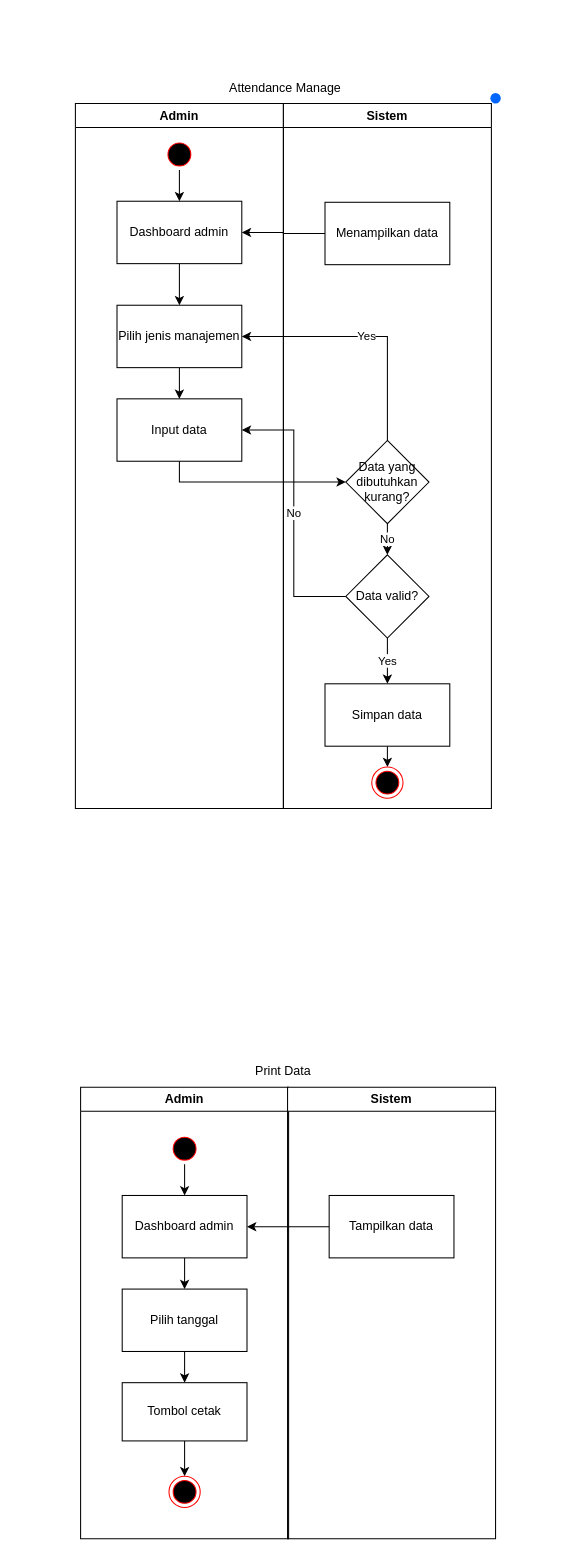
Before: page "Admin" (1 of 6) of planning/activityDiagram.drawio in dzikfr/aplikasi-absensi-baharkam-2024, a draw.io diagram. Source tidied: cells renumbered, new cells numbered last; positions are measured from the earlier drawing's top-left corner, leaving out a move shared by most shapes. Both pictures are drawn from the tidied source at 104%, with x=0, y=0 at pixel (75, 72).
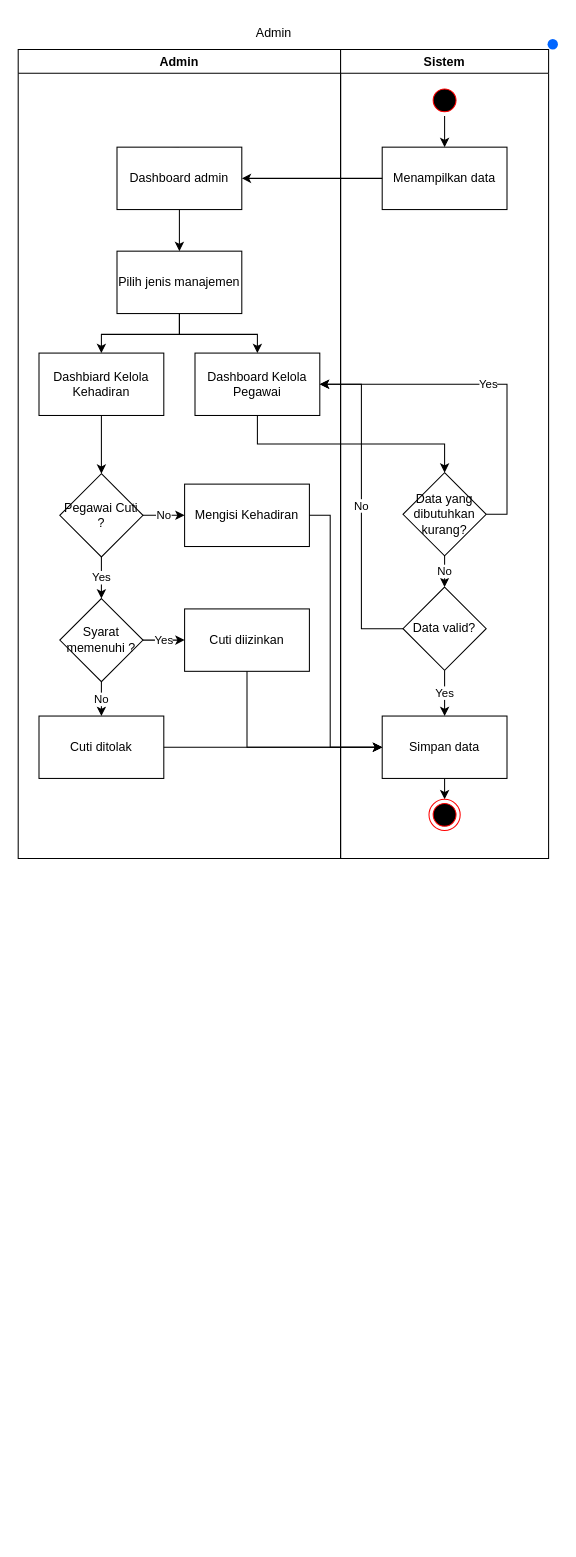
Above is the later version.

What changed in the source:
```diff
@@
     <mxCell id="2" style="shape=ellipse;fillColor=#0065FF;strokeColor=none;html=1;sketch=0;" parent="1" vertex="1">
-      <mxGeometry x="399" y="20" width="10" height="10" as="geometry" />
+      <mxGeometry x="454" y="-32" width="10" height="10" as="geometry" />
     </mxCell>
     <mxCell id="3" value="Admin" style="swimlane;whiteSpace=wrap;html=1;startSize=23;" parent="1" vertex="1">
-      <mxGeometry y="30" width="200" height="678" as="geometry" />
+      <mxGeometry x="-55" y="-22" width="310" height="778" as="geometry" />
     </mxCell>
@@
     <mxCell id="6" value="Dashboard admin" style="rounded=0;whiteSpace=wrap;html=1;" parent="3" vertex="1">
-      <mxGeometry x="40" y="94" width="120" height="60" as="geometry" />
+      <mxGeometry x="95" y="94" width="120" height="60" as="geometry" />
     </mxCell>
@@
+    <mxCell id="40" style="edgeStyle=orthogonalEdgeStyle;rounded=0;jettySize=auto;html=1;exitX=0.5;exitY=1;exitDx=0;exitDy=0;entryX=0.5;entryY=0;entryDx=0;entryDy=0;" parent="3" edge="1" source="8" target="42">
+      <mxGeometry relative="1" as="geometry" />
+    </mxCell>
     <mxCell id="8" value="Pilih jenis manajemen" style="rounded=0;whiteSpace=wrap;html=1;" parent="3" vertex="1">
-      <mxGeometry x="40" y="194" width="120" height="60" as="geometry" />
+      <mxGeometry x="95" y="194" width="120" height="60" as="geometry" />
     </mxCell>
+    <mxCell id="41" style="edgeStyle=orthogonalEdgeStyle;rounded=0;jettySize=auto;html=1;exitX=0.5;exitY=1;exitDx=0;exitDy=0;entryX=0.5;entryY=0;entryDx=0;entryDy=0;" parent="3" edge="1" source="9" target="45">
+      <mxGeometry relative="1" as="geometry" />
+    </mxCell>
-    <mxCell id="9" value="Input data" style="rounded=0;whiteSpace=wrap;html=1;" parent="3" vertex="1">
-      <mxGeometry x="40" y="284" width="120" height="60" as="geometry" />
+    <mxCell id="9" value="Dashbiard Kelola Kehadiran" style="rounded=0;whiteSpace=wrap;html=1;" parent="3" vertex="1">
+      <mxGeometry x="20" y="292" width="120" height="60" as="geometry" />
     </mxCell>
-    <mxCell id="10" style="edgeStyle=orthogonalEdgeStyle;rounded=0;jettySize=auto;html=1;exitX=0.5;exitY=1;exitDx=0;exitDy=0;entryX=0.5;entryY=0;entryDx=0;entryDy=0;" parent="3" edge="1" source="11" target="6">
-      <mxGeometry relative="1" as="geometry" />
-    </mxCell>
+    <mxCell id="42" value="Dashboard Kelola Pegawai" style="rounded=0;whiteSpace=wrap;html=1;" parent="3" vertex="1">
+      <mxGeometry x="170" y="292" width="120" height="60" as="geometry" />
+    </mxCell>
+    <mxCell id="43" value="Yes" style="edgeStyle=orthogonalEdgeStyle;rounded=0;jettySize=auto;html=1;exitX=0.5;exitY=1;exitDx=0;exitDy=0;entryX=0.5;entryY=0;entryDx=0;entryDy=0;" parent="3" edge="1" source="45" target="48">
+      <mxGeometry relative="1" as="geometry" />
+    </mxCell>
+    <mxCell id="44" value="No" style="edgeStyle=orthogonalEdgeStyle;rounded=0;jettySize=auto;html=1;exitX=1;exitY=0.5;exitDx=0;exitDy=0;entryX=0;entryY=0.5;entryDx=0;entryDy=0;" parent="3" edge="1" source="45" target="51">
+      <mxGeometry relative="1" as="geometry" />
+    </mxCell>
+    <mxCell id="45" value="Pegawai Cuti ?" style="rhombus;whiteSpace=wrap;html=1;" parent="3" vertex="1">
+      <mxGeometry x="40" y="408" width="80" height="80" as="geometry" />
+    </mxCell>
+    <mxCell id="46" value="No" style="edgeStyle=orthogonalEdgeStyle;rounded=0;jettySize=auto;html=1;exitX=0.5;exitY=1;exitDx=0;exitDy=0;entryX=0.5;entryY=0;entryDx=0;entryDy=0;" parent="3" edge="1" source="48" target="49">
+      <mxGeometry relative="1" as="geometry" />
+    </mxCell>
+    <mxCell id="47" value="Yes" style="edgeStyle=orthogonalEdgeStyle;rounded=0;jettySize=auto;html=1;exitX=1;exitY=0.5;exitDx=0;exitDy=0;entryX=0;entryY=0.5;entryDx=0;entryDy=0;" parent="3" edge="1" source="48" target="50">
+      <mxGeometry relative="1" as="geometry" />
+    </mxCell>
+    <mxCell id="48" value="Syarat memenuhi ?" style="rhombus;whiteSpace=wrap;html=1;" parent="3" vertex="1">
+      <mxGeometry x="40" y="528" width="80" height="80" as="geometry" />
+    </mxCell>
+    <mxCell id="49" value="Cuti ditolak" style="rounded=0;whiteSpace=wrap;html=1;" parent="3" vertex="1">
+      <mxGeometry x="20" y="641" width="120" height="60" as="geometry" />
+    </mxCell>
+    <mxCell id="50" value="Cuti diizinkan" style="rounded=0;whiteSpace=wrap;html=1;" parent="3" vertex="1">
+      <mxGeometry x="160" y="538" width="120" height="60" as="geometry" />
+    </mxCell>
+    <mxCell id="51" value="Mengisi Kehadiran" style="rounded=0;whiteSpace=wrap;html=1;" parent="3" vertex="1">
+      <mxGeometry x="160" y="418" width="120" height="60" as="geometry" />
+    </mxCell>
+    <mxCell id="12" value="Sistem" style="swimlane;whiteSpace=wrap;html=1;startSize=23;" parent="1" vertex="1">
+      <mxGeometry x="255" y="-22" width="200" height="778" as="geometry" />
+    </mxCell>
+    <mxCell id="20" value="Menampilkan data" style="rounded=0;whiteSpace=wrap;html=1;" parent="12" vertex="1">
+      <mxGeometry x="40" y="94" width="120" height="60" as="geometry" />
+    </mxCell>
+    <mxCell id="52" style="edgeStyle=orthogonalEdgeStyle;rounded=0;jettySize=auto;html=1;exitX=0.5;exitY=1;exitDx=0;exitDy=0;entryX=0.5;entryY=0;entryDx=0;entryDy=0;" parent="12" edge="1" source="11" target="20">
+      <mxGeometry relative="1" as="geometry" />
+    </mxCell>
-    <mxCell id="11" style="ellipse;html=1;shape=startState;fillColor=#000000;strokeColor=#ff0000;" parent="3" vertex="1">
+    <mxCell id="11" style="ellipse;html=1;shape=startState;fillColor=#000000;strokeColor=#ff0000;" parent="12" vertex="1">
       <mxGeometry x="85" y="34" width="30" height="30" as="geometry" />
     </mxCell>
-    <mxCell id="12" value="Sistem" style="swimlane;whiteSpace=wrap;html=1;startSize=23;" parent="1" vertex="1">
-      <mxGeometry x="200" y="30" width="200" height="678" as="geometry" />
-    </mxCell>
+    <mxCell id="35" value="Admin" style="text;html=1;align=center;verticalAlign=middle;whiteSpace=wrap;rounded=0;" parent="1" vertex="1">
+      <mxGeometry x="127" y="-52" width="128" height="30" as="geometry" />
+    </mxCell>
+    <mxCell id="36" style="edgeStyle=orthogonalEdgeStyle;rounded=0;jettySize=auto;html=1;exitX=0;exitY=0.5;exitDx=0;exitDy=0;entryX=1;entryY=0.5;entryDx=0;entryDy=0;" parent="1" edge="1" source="20" target="6">
+      <mxGeometry relative="1" as="geometry" />
+    </mxCell>
+    <mxCell id="53" value="Yes" style="edgeStyle=orthogonalEdgeStyle;rounded=0;jettySize=auto;html=1;exitX=1;exitY=0.5;exitDx=0;exitDy=0;entryX=1;entryY=0.5;entryDx=0;entryDy=0;" parent="1" edge="1" source="13" target="42">
+      <mxGeometry relative="1" as="geometry" />
+    </mxCell>
-    <mxCell id="13" value="Data yang dibutuhkan kurang?" style="rhombus;whiteSpace=wrap;html=1;" parent="12" vertex="1">
-      <mxGeometry x="60" y="324" width="80" height="80" as="geometry" />
+    <mxCell id="13" value="Data yang dibutuhkan kurang?" style="rhombus;whiteSpace=wrap;html=1;" parent="1" vertex="1">
+      <mxGeometry x="315" y="385" width="80" height="80" as="geometry" />
     </mxCell>
-    <mxCell id="14" value="Yes" style="edgeStyle=orthogonalEdgeStyle;rounded=0;jettySize=auto;html=1;exitX=0.5;exitY=1;exitDx=0;exitDy=0;entryX=0.5;entryY=0;entryDx=0;entryDy=0;" parent="12" edge="1" source="15" target="18">
+    <mxCell id="14" value="Yes" style="edgeStyle=orthogonalEdgeStyle;rounded=0;jettySize=auto;html=1;exitX=0.5;exitY=1;exitDx=0;exitDy=0;entryX=0.5;entryY=0;entryDx=0;entryDy=0;" parent="1" edge="1" source="15" target="18">
       <mxGeometry relative="1" as="geometry" />
     </mxCell>
+    <mxCell id="23" value="No" style="edgeStyle=orthogonalEdgeStyle;rounded=0;jettySize=auto;html=1;exitX=0;exitY=0.5;exitDx=0;exitDy=0;entryX=1;entryY=0.5;entryDx=0;entryDy=0;" parent="1" edge="1" source="15" target="42">
+      <mxGeometry relative="1" as="geometry" />
+    </mxCell>
-    <mxCell id="15" value="Data valid?" style="rhombus;whiteSpace=wrap;html=1;" parent="12" vertex="1">
-      <mxGeometry x="60" y="434" width="80" height="80" as="geometry" />
+    <mxCell id="15" value="Data valid?" style="rhombus;whiteSpace=wrap;html=1;" parent="1" vertex="1">
+      <mxGeometry x="315" y="495" width="80" height="80" as="geometry" />
     </mxCell>
-    <mxCell id="16" value="No" style="edgeStyle=orthogonalEdgeStyle;rounded=0;jettySize=auto;html=1;exitX=0.5;exitY=1;exitDx=0;exitDy=0;entryX=0.5;entryY=0;entryDx=0;entryDy=0;" parent="12" edge="1" source="13" target="15">
+    <mxCell id="16" value="No" style="edgeStyle=orthogonalEdgeStyle;rounded=0;jettySize=auto;html=1;exitX=0.5;exitY=1;exitDx=0;exitDy=0;entryX=0.5;entryY=0;entryDx=0;entryDy=0;" parent="1" edge="1" source="13" target="15">
       <mxGeometry relative="1" as="geometry" />
     </mxCell>
-    <mxCell id="17" style="edgeStyle=orthogonalEdgeStyle;rounded=0;jettySize=auto;html=1;exitX=0.5;exitY=1;exitDx=0;exitDy=0;entryX=0.5;entryY=0;entryDx=0;entryDy=0;" parent="12" edge="1" source="18" target="19">
+    <mxCell id="17" style="edgeStyle=orthogonalEdgeStyle;rounded=0;jettySize=auto;html=1;exitX=0.5;exitY=1;exitDx=0;exitDy=0;entryX=0.5;entryY=0;entryDx=0;entryDy=0;" parent="1" edge="1" source="18" target="19">
       <mxGeometry relative="1" as="geometry" />
     </mxCell>
-    <mxCell id="18" value="Simpan data" style="rounded=0;whiteSpace=wrap;html=1;" parent="12" vertex="1">
-      <mxGeometry x="40" y="558" width="120" height="60" as="geometry" />
+    <mxCell id="18" value="Simpan data" style="rounded=0;whiteSpace=wrap;html=1;" parent="1" vertex="1">
+      <mxGeometry x="295" y="619" width="120" height="60" as="geometry" />
     </mxCell>
-    <mxCell id="19" style="ellipse;html=1;shape=endState;fillColor=#000000;strokeColor=#ff0000;" parent="12" vertex="1">
-      <mxGeometry x="85" y="638" width="30" height="30" as="geometry" />
+    <mxCell id="19" style="ellipse;html=1;shape=endState;fillColor=#000000;strokeColor=#ff0000;" parent="1" vertex="1">
+      <mxGeometry x="340" y="699" width="30" height="30" as="geometry" />
     </mxCell>
-    <mxCell id="20" value="Menampilkan data" style="rounded=0;whiteSpace=wrap;html=1;" parent="12" vertex="1">
-      <mxGeometry x="40" y="95" width="120" height="60" as="geometry" />
-    </mxCell>
-    <mxCell id="21" value="Yes" style="edgeStyle=orthogonalEdgeStyle;rounded=0;jettySize=auto;html=1;exitX=0.5;exitY=0;exitDx=0;exitDy=0;entryX=1;entryY=0.5;entryDx=0;entryDy=0;" parent="1" edge="1" source="13" target="8">
-      <mxGeometry relative="1" as="geometry" />
-    </mxCell>
-    <mxCell id="22" style="edgeStyle=orthogonalEdgeStyle;rounded=0;jettySize=auto;html=1;exitX=0.5;exitY=1;exitDx=0;exitDy=0;entryX=0;entryY=0.5;entryDx=0;entryDy=0;" parent="1" edge="1" source="9" target="13">
-      <mxGeometry relative="1" as="geometry" />
-    </mxCell>
-    <mxCell id="23" value="No" style="edgeStyle=orthogonalEdgeStyle;rounded=0;jettySize=auto;html=1;exitX=0;exitY=0.5;exitDx=0;exitDy=0;entryX=1;entryY=0.5;entryDx=0;entryDy=0;" parent="1" edge="1" source="15" target="9">
-      <mxGeometry relative="1" as="geometry" />
-    </mxCell>
-    <mxCell id="24" value="Admin" style="swimlane;whiteSpace=wrap;html=1;startSize=23;" parent="1" vertex="1">
-      <mxGeometry x="5" y="976" width="200" height="434" as="geometry" />
-    </mxCell>
-    <mxCell id="25" style="edgeStyle=orthogonalEdgeStyle;rounded=0;jettySize=auto;html=1;exitX=0.5;exitY=1;exitDx=0;exitDy=0;entryX=0.5;entryY=0;entryDx=0;entryDy=0;" parent="24" edge="1" source="26" target="28">
-      <mxGeometry relative="1" as="geometry" />
-    </mxCell>
-    <mxCell id="26" style="ellipse;html=1;shape=startState;fillColor=#000000;strokeColor=#ff0000;" parent="24" vertex="1">
-      <mxGeometry x="85" y="44" width="30" height="30" as="geometry" />
-    </mxCell>
-    <mxCell id="27" style="edgeStyle=orthogonalEdgeStyle;rounded=0;jettySize=auto;html=1;exitX=0.5;exitY=1;exitDx=0;exitDy=0;entryX=0.5;entryY=0;entryDx=0;entryDy=0;" parent="24" edge="1" source="28" target="30">
-      <mxGeometry relative="1" as="geometry" />
-    </mxCell>
-    <mxCell id="28" value="Dashboard admin" style="rounded=0;whiteSpace=wrap;html=1;" parent="24" vertex="1">
-      <mxGeometry x="40" y="104" width="120" height="60" as="geometry" />
-    </mxCell>
-    <mxCell id="29" style="edgeStyle=orthogonalEdgeStyle;rounded=0;jettySize=auto;html=1;exitX=0.5;exitY=1;exitDx=0;exitDy=0;entryX=0.5;entryY=0;entryDx=0;entryDy=0;" parent="24" edge="1" source="30" target="32">
-      <mxGeometry relative="1" as="geometry" />
-    </mxCell>
-    <mxCell id="30" value="Pilih tanggal" style="rounded=0;whiteSpace=wrap;html=1;" parent="24" vertex="1">
-      <mxGeometry x="40" y="194" width="120" height="60" as="geometry" />
-    </mxCell>
-    <mxCell id="31" style="edgeStyle=orthogonalEdgeStyle;rounded=0;jettySize=auto;html=1;exitX=0.5;exitY=1;exitDx=0;exitDy=0;entryX=0.5;entryY=0;entryDx=0;entryDy=0;" parent="24" edge="1" source="32" target="33">
-      <mxGeometry relative="1" as="geometry" />
-    </mxCell>
-    <mxCell id="32" value="Tombol cetak" style="rounded=0;whiteSpace=wrap;html=1;" parent="24" vertex="1">
-      <mxGeometry x="40" y="284" width="120" height="56" as="geometry" />
-    </mxCell>
-    <mxCell id="33" style="ellipse;html=1;shape=endState;fillColor=#000000;strokeColor=#ff0000;" parent="24" vertex="1">
-      <mxGeometry x="85" y="374" width="30" height="30" as="geometry" />
-    </mxCell>
-    <mxCell id="34" value="Print Data" style="text;html=1;align=center;verticalAlign=middle;whiteSpace=wrap;rounded=0;" parent="1" vertex="1">
-      <mxGeometry x="170" y="946" width="60" height="30" as="geometry" />
-    </mxCell>
-    <mxCell id="35" value="Attendance Manage" style="text;html=1;align=center;verticalAlign=middle;whiteSpace=wrap;rounded=0;" parent="1" vertex="1">
-      <mxGeometry x="138" width="128" height="30" as="geometry" />
-    </mxCell>
-    <mxCell id="36" style="edgeStyle=orthogonalEdgeStyle;rounded=0;jettySize=auto;html=1;exitX=0;exitY=0.5;exitDx=0;exitDy=0;entryX=1;entryY=0.5;entryDx=0;entryDy=0;" parent="1" edge="1" source="20" target="6">
-      <mxGeometry relative="1" as="geometry" />
-    </mxCell>
-    <mxCell id="37" value="Sistem" style="swimlane;whiteSpace=wrap;html=1;startSize=23;" parent="1" vertex="1">
-      <mxGeometry x="204" y="976" width="200" height="434" as="geometry" />
-    </mxCell>
-    <mxCell id="38" value="Tampilkan data" style="rounded=0;whiteSpace=wrap;html=1;" parent="37" vertex="1">
-      <mxGeometry x="40" y="104" width="120" height="60" as="geometry" />
-    </mxCell>
-    <mxCell id="39" style="edgeStyle=orthogonalEdgeStyle;rounded=0;jettySize=auto;html=1;exitX=0;exitY=0.5;exitDx=0;exitDy=0;entryX=1;entryY=0.5;entryDx=0;entryDy=0;" parent="1" edge="1" source="38" target="28">
-      <mxGeometry relative="1" as="geometry" />
-    </mxCell>
+    <mxCell id="54" style="edgeStyle=orthogonalEdgeStyle;rounded=0;jettySize=auto;html=1;exitX=0.5;exitY=1;exitDx=0;exitDy=0;entryX=0.5;entryY=0;entryDx=0;entryDy=0;" parent="1" edge="1" source="42" target="13">
+      <mxGeometry relative="1" as="geometry" />
+    </mxCell>
+    <mxCell id="55" style="edgeStyle=orthogonalEdgeStyle;rounded=0;jettySize=auto;html=1;exitX=1;exitY=0.5;exitDx=0;exitDy=0;entryX=0;entryY=0.5;entryDx=0;entryDy=0;" parent="1" edge="1" source="49" target="18">
+      <mxGeometry relative="1" as="geometry" />
+    </mxCell>
+    <mxCell id="56" style="edgeStyle=orthogonalEdgeStyle;rounded=0;jettySize=auto;html=1;exitX=0.5;exitY=1;exitDx=0;exitDy=0;entryX=0;entryY=0.5;entryDx=0;entryDy=0;" parent="1" edge="1" source="50" target="18">
+      <mxGeometry relative="1" as="geometry" />
+    </mxCell>
+    <mxCell id="57" style="edgeStyle=orthogonalEdgeStyle;rounded=0;jettySize=auto;html=1;exitX=1;exitY=0.5;exitDx=0;exitDy=0;entryX=0;entryY=0.5;entryDx=0;entryDy=0;" parent="1" edge="1" source="51" target="18">
+      <mxGeometry relative="1" as="geometry">
+        <Array as="points">
+          <mxPoint x="245" y="426" />
+          <mxPoint x="245" y="649" />
+        </Array>
+      </mxGeometry>
+    </mxCell>
```
